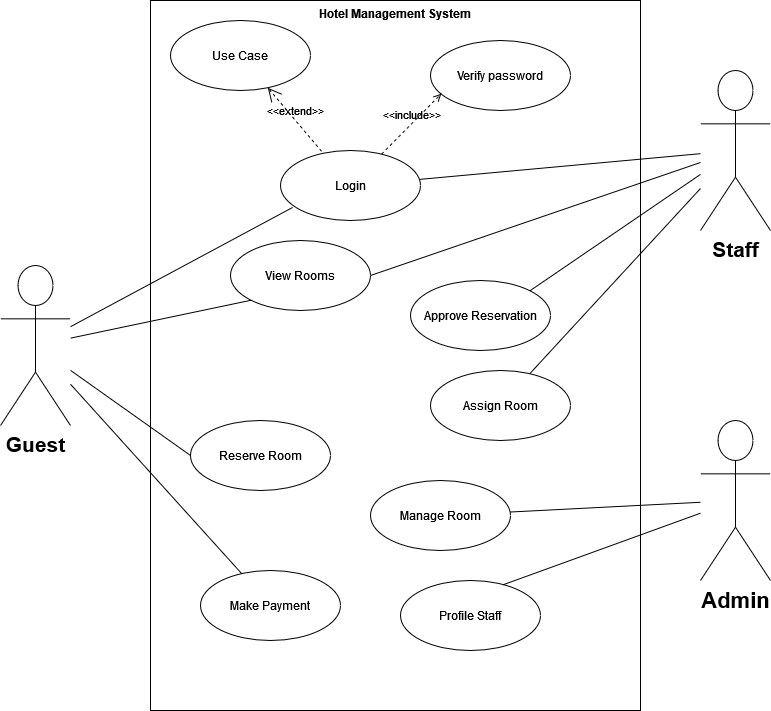
This is UML HOTEL.drawio.png from Way4ward17/UML-Diagrams, a draw.io export, as it was before one commit. Source tidied: cells renumbered, new cells last; positions are measured from the earlier drawing's top-left corner, leaving out a move shared by most shapes.
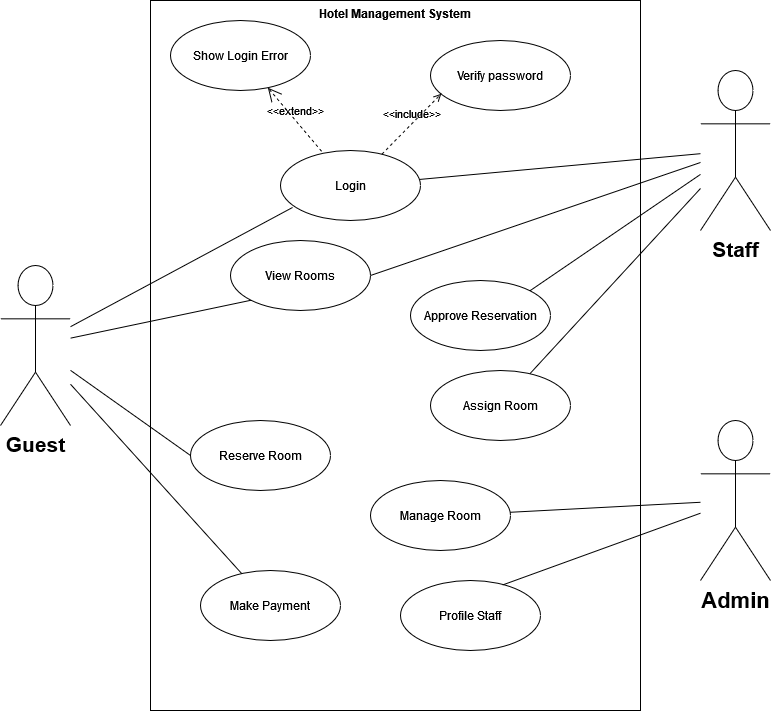
Later version of the same file.

Change to the diagram source:
```diff
@@ -50,7 +50,7 @@
     <mxCell id="17" style="edgeStyle=none;html=1;endArrow=none;verticalAlign=bottom;rounded=0;" parent="1" edge="1" source="6" target="5">
       <mxGeometry relative="1" as="geometry" />
     </mxCell>
-    <mxCell id="18" value="Use Case" style="ellipse;whiteSpace=wrap;html=1;" parent="1" vertex="1">
+    <mxCell id="18" value="Show Login Error" style="ellipse;whiteSpace=wrap;html=1;" parent="1" vertex="1">
       <mxGeometry x="170" y="20" width="140" height="70" as="geometry" />
     </mxCell>
     <mxCell id="19" value="&amp;lt;&amp;lt;extend&amp;gt;&amp;gt;" style="edgeStyle=none;html=1;startArrow=open;endArrow=none;startSize=12;verticalAlign=bottom;dashed=1;labelBackgroundColor=none;rounded=0;" parent="1" edge="1" source="18" target="6">
```
